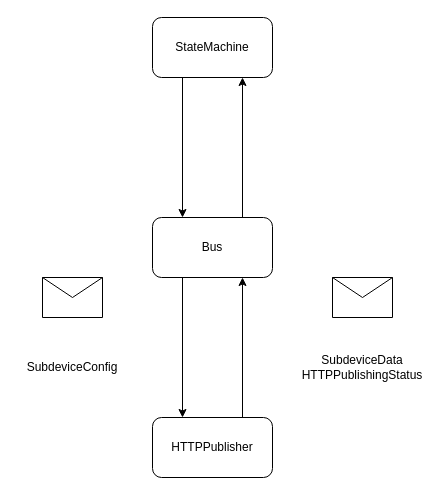
Before: page "MessagingHTTP" (3 of 4) of diagrams.drawio in mplogas/ecowitt-controller, a draw.io diagram. Source tidied: cells renumbered, new cells numbered last; positions are measured from the earlier drawing's top-left corner, leaving out a move shared by most shapes. Both pictures are drawn from the tidied source at 100%, with x=0, y=0 at pixel (17, 17).
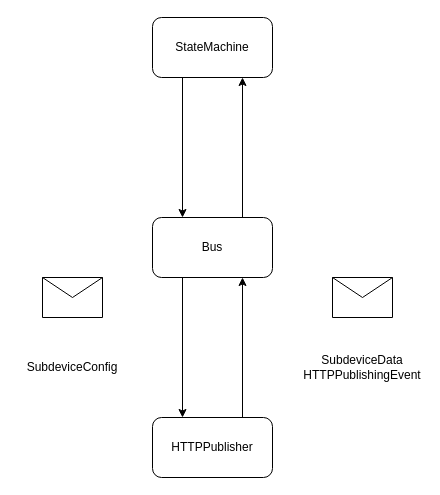
The same diagram, later.

What changed in the source:
```diff
@@
 <mxGraphModel>
   <root>
     <mxCell id="0" />
     <mxCell id="1" parent="0" />
     <mxCell id="2" style="edgeStyle=orthogonalEdgeStyle;rounded=0;jettySize=auto;html=1;exitX=0.25;exitY=1;exitDx=0;exitDy=0;entryX=0.25;entryY=0;entryDx=0;entryDy=0;" parent="1" edge="1" source="4" target="8">
       <mxGeometry relative="1" as="geometry" />
     </mxCell>
     <mxCell id="3" style="edgeStyle=orthogonalEdgeStyle;rounded=0;jettySize=auto;html=1;exitX=0.75;exitY=0;exitDx=0;exitDy=0;entryX=0.75;entryY=1;entryDx=0;entryDy=0;" parent="1" edge="1" source="4" target="6">
       <mxGeometry relative="1" as="geometry" />
     </mxCell>
     <mxCell id="4" value="Bus" style="rounded=1;whiteSpace=wrap;html=1;" parent="1" vertex="1">
       <mxGeometry x="135" y="200" width="120" height="60" as="geometry" />
     </mxCell>
     <mxCell id="5" style="edgeStyle=orthogonalEdgeStyle;rounded=0;jettySize=auto;html=1;exitX=0.25;exitY=1;exitDx=0;exitDy=0;entryX=0.25;entryY=0;entryDx=0;entryDy=0;" parent="1" edge="1" source="6" target="4">
       <mxGeometry relative="1" as="geometry" />
     </mxCell>
     <mxCell id="6" value="StateMachine" style="rounded=1;whiteSpace=wrap;html=1;" parent="1" vertex="1">
       <mxGeometry x="135" width="120" height="60" as="geometry" />
     </mxCell>
     <mxCell id="7" style="edgeStyle=orthogonalEdgeStyle;rounded=0;jettySize=auto;html=1;exitX=0.75;exitY=0;exitDx=0;exitDy=0;entryX=0.75;entryY=1;entryDx=0;entryDy=0;" parent="1" edge="1" source="8" target="4">
       <mxGeometry relative="1" as="geometry" />
     </mxCell>
     <mxCell id="8" value="HTTPPublisher" style="rounded=1;whiteSpace=wrap;html=1;" parent="1" vertex="1">
       <mxGeometry x="135" y="400" width="120" height="60" as="geometry" />
     </mxCell>
     <mxCell id="9" style="shape=message;html=1;html=1;labelPosition=center;verticalLabelPosition=bottom;align=center;verticalAlign=top;" parent="1" vertex="1">
       <mxGeometry x="315" y="260" width="60" height="40" as="geometry" />
     </mxCell>
     <mxCell id="10" style="shape=message;html=1;html=1;labelPosition=center;verticalLabelPosition=bottom;align=center;verticalAlign=top;" parent="1" vertex="1">
       <mxGeometry x="25" y="260" width="60" height="40" as="geometry" />
     </mxCell>
     <mxCell id="11" value="SubdeviceConfig" style="text;html=1;align=center;verticalAlign=middle;whiteSpace=wrap;rounded=0;" parent="1" vertex="1">
       <mxGeometry y="310" width="110" height="80" as="geometry" />
     </mxCell>
-    <mxCell id="12" value="SubdeviceData&lt;br&gt;HTTPPublishingStatus" style="text;html=1;align=center;verticalAlign=middle;whiteSpace=wrap;rounded=0;" parent="1" vertex="1">
+    <mxCell id="12" value="SubdeviceData&lt;br&gt;HTTPPublishingEvent" style="text;html=1;align=center;verticalAlign=middle;whiteSpace=wrap;rounded=0;" parent="1" vertex="1">
       <mxGeometry x="315" y="325" width="60" height="50" as="geometry" />
     </mxCell>
   </root>
 </mxGraphModel>
```
